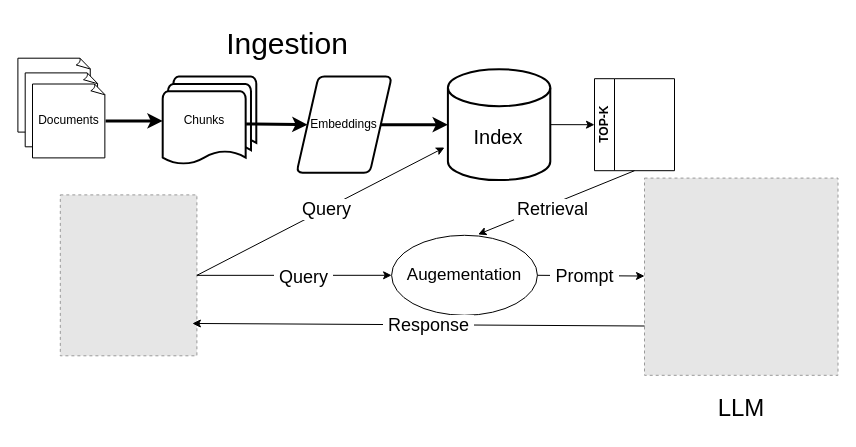
Before: RAG-Ingestion.drawio in chnoack/diagrams, a draw.io diagram. Source tidied: cells renumbered, new cells numbered last; positions are measured from the earlier drawing's top-left corner, leaving out a move shared by most shapes. Both pictures are drawn from the tidied source at 100%, with x=0, y=0 at pixel (17, 17). Pictures stored in the file or linked from it are replaced by grey dashed boxes.
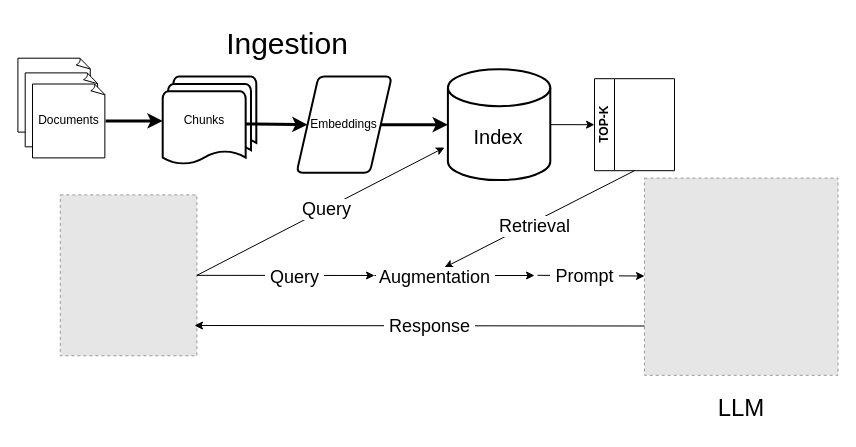
The same page after the edit.

The change refers to these unchanged cells:
```xml
<mxCell id="12" style="fillColor=#E6E6E6;strokeColor=#999999;dashed=1;verticalLabelPosition=bottom;labelBackgroundColor=default;verticalAlign=top;" parent="1" vertex="1">
  <mxGeometry x="42.8" y="177.4" width="136.6" height="160.9" as="geometry" />
</mxCell>
<mxCell id="13" value="TOP-K" style="swimlane;horizontal=0;whiteSpace=wrap;html=1;startSize=20;" parent="1" vertex="1">
  <mxGeometry x="577" y="61.2" width="80" height="92" as="geometry" />
</mxCell>
<mxCell id="14" style="fillColor=#E6E6E6;strokeColor=#999999;dashed=1;verticalLabelPosition=bottom;labelBackgroundColor=default;verticalAlign=top;" parent="1" vertex="1">
  <mxGeometry x="627" y="160.6" width="193.5" height="197.2" as="geometry" />
</mxCell>
```

What changed in the source:
```diff
@@
-    <mxCell id="18" value="&lt;font style=&quot;font-size: 18px;&quot;&gt;&amp;nbsp;Query&amp;nbsp;&lt;/font&gt;" style="endArrow=classic;html=1;rounded=0;exitX=1;exitY=0.5;exitDx=0;exitDy=0;entryX=0;entryY=0.5;entryDx=0;entryDy=0;" parent="1" edge="1" source="12" target="19">
-      <mxGeometry x="0.1" y="-2" relative="1" as="geometry" />
+    <mxCell id="18" value="&lt;font style=&quot;font-size: 18px;&quot;&gt;&amp;nbsp;Query&amp;nbsp;&lt;/font&gt;" style="endArrow=classic;html=1;rounded=0;exitX=1;exitY=0.5;exitDx=0;exitDy=0;" parent="1" edge="1" source="12">
+      <mxGeometry x="0.1" y="-2" relative="1" as="geometry">
+        <mxPoint x="357" y="258" as="targetPoint" />
+      </mxGeometry>
     </mxCell>
-    <mxCell id="19" value="&lt;font style=&quot;font-size: 17px;&quot;&gt;Augementation&lt;/font&gt;" style="ellipse;whiteSpace=wrap;html=1;" parent="1" vertex="1">
-      <mxGeometry x="374.1" y="217.8" width="145.8" height="80" as="geometry" />
-    </mxCell>
-    <mxCell id="20" style="endArrow=classic;html=1;rounded=0;exitX=0.5;exitY=1;exitDx=0;exitDy=0;entryX=0.593;entryY=-0.011;entryDx=0;entryDy=0;entryPerimeter=0;" parent="1" edge="1" source="13" target="19">
-      <mxGeometry relative="1" as="geometry" />
+    <mxCell id="20" style="endArrow=classic;html=1;rounded=0;exitX=0.5;exitY=1;exitDx=0;exitDy=0;" parent="1" edge="1" source="13">
+      <mxGeometry relative="1" as="geometry">
+        <mxPoint x="427" y="250" as="targetPoint" />
+      </mxGeometry>
     </mxCell>
@@
-    <mxCell id="22" style="endArrow=classic;html=1;rounded=0;exitX=1;exitY=0.5;exitDx=0;exitDy=0;" parent="1" edge="1" source="19" target="14">
-      <mxGeometry relative="1" as="geometry" />
+    <mxCell id="22" style="endArrow=classic;html=1;rounded=0;exitX=1;exitY=0.5;exitDx=0;exitDy=0;" parent="1" edge="1" target="14">
+      <mxGeometry relative="1" as="geometry">
+        <mxPoint x="520" y="257.8" as="sourcePoint" />
+      </mxGeometry>
     </mxCell>
@@
-    <mxCell id="24" style="endArrow=classic;html=1;rounded=0;exitX=0;exitY=0.75;exitDx=0;exitDy=0;entryX=0.967;entryY=0.799;entryDx=0;entryDy=0;entryPerimeter=0;" parent="1" edge="1" source="14" target="12">
-      <mxGeometry relative="1" as="geometry" />
+    <mxCell id="24" style="endArrow=classic;html=1;rounded=0;exitX=0;exitY=0.75;exitDx=0;exitDy=0;" parent="1" edge="1" source="14">
+      <mxGeometry relative="1" as="geometry">
+        <mxPoint x="177" y="308" as="targetPoint" />
+      </mxGeometry>
     </mxCell>
@@
+    <mxCell id="27" style="endArrow=classic;html=1;rounded=0;" parent="1" edge="1">
+      <mxGeometry relative="1" as="geometry">
+        <mxPoint x="357" y="258" as="sourcePoint" />
+        <mxPoint x="517" y="258" as="targetPoint" />
+      </mxGeometry>
+    </mxCell>
+    <mxCell id="28" value="&amp;nbsp;&lt;font style=&quot;font-size: 18px;&quot;&gt;Augmentation&amp;nbsp;&lt;/font&gt;" style="edgeLabel;html=1;align=center;verticalAlign=middle;" parent="27" vertex="1">
+      <mxGeometry x="-0.34" y="-2" relative="1" as="geometry">
+        <mxPoint x="7" y="-1" as="offset" />
+      </mxGeometry>
+    </mxCell>
```
